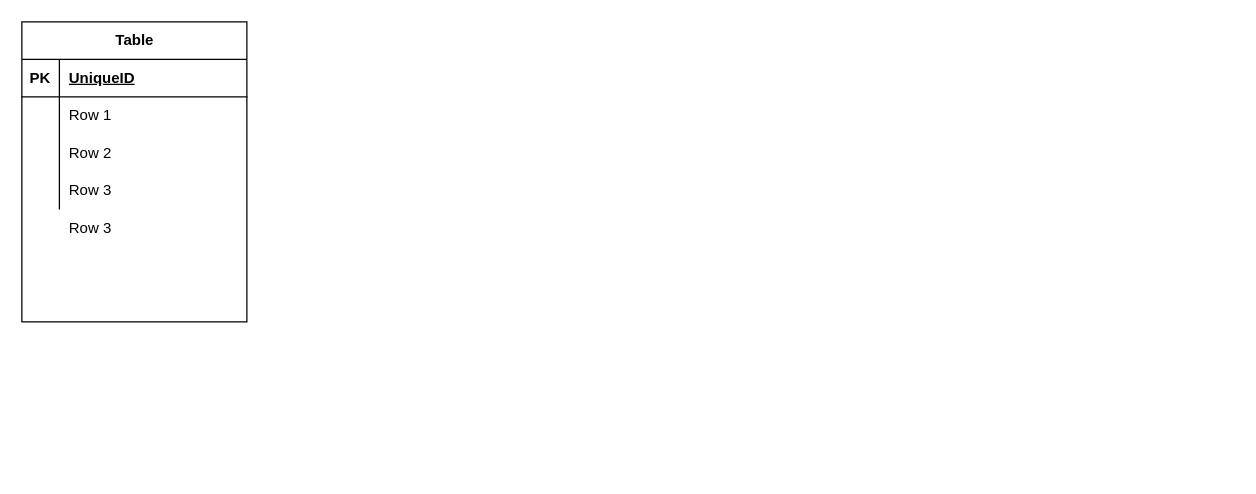
Before: ccamanager.drawio in marcelmariani/ccamanager, a draw.io diagram. Source tidied: cells renumbered, new cells numbered last; positions are measured from the earlier drawing's top-left corner, leaving out a move shared by most shapes. Both pictures are drawn from the tidied source at 125%, with x=0, y=0 at pixel (21, 21).
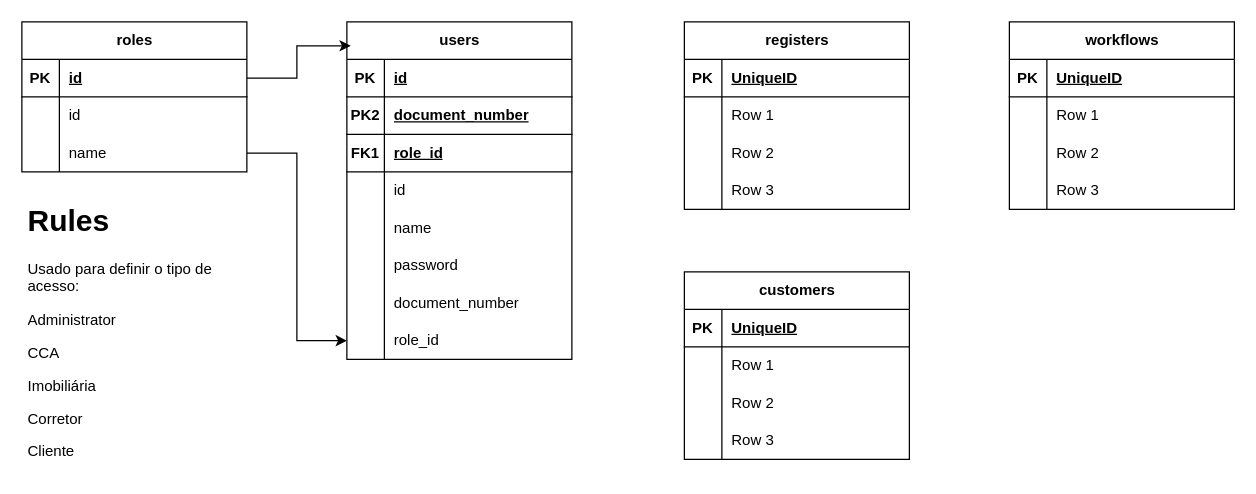
The same page after the edit.

Unchanged cells that the change refers to:
```xml
<mxCell id="3" style="shape=tableRow;horizontal=0;startSize=0;swimlaneHead=0;swimlaneBody=0;fillColor=none;points=[[0,0.5],[1,0.5]];portConstraint=eastwest;top=0;left=0;right=0;bottom=1;" parent="2" vertex="1">
  <mxGeometry y="30" width="180" height="30" as="geometry" />
</mxCell>
<mxCell id="6" style="shape=tableRow;horizontal=0;startSize=0;swimlaneHead=0;swimlaneBody=0;fillColor=none;top=0;left=0;right=0;bottom=0;" parent="2" vertex="1">
  <mxGeometry y="60" width="180" height="30" as="geometry" />
</mxCell>
<mxCell id="9" style="shape=tableRow;horizontal=0;startSize=0;swimlaneHead=0;swimlaneBody=0;fillColor=none;points=[[0,0.5],[1,0.5]];portConstraint=eastwest;top=0;left=0;right=0;bottom=0;" parent="2" vertex="1">
  <mxGeometry y="90" width="180" height="30" as="geometry" />
</mxCell>
```

Diff of the diagram source:
```diff
@@
-    <mxCell id="2" value="Table" style="shape=table;startSize=30;childLayout=tableLayout;rowLines=0;fontStyle=1;align=center;html=1;" parent="1" vertex="1">
-      <mxGeometry width="180" height="240" as="geometry" />
+    <mxCell id="2" value="roles" style="shape=table;startSize=30;childLayout=tableLayout;rowLines=0;fontStyle=1;align=center;html=1;" parent="1" vertex="1">
+      <mxGeometry width="180" height="120" as="geometry" />
     </mxCell>
@@
-    <mxCell id="5" value="UniqueID" style="shape=partialRectangle;fillColor=none;top=0;left=0;bottom=0;right=0;align=left;spacingLeft=6;fontStyle=5;overflow=hidden;whiteSpace=wrap;html=1;" parent="3" vertex="1">
+    <mxCell id="5" value="id" style="shape=partialRectangle;fillColor=none;top=0;left=0;bottom=0;right=0;align=left;spacingLeft=6;fontStyle=5;overflow=hidden;whiteSpace=wrap;html=1;" parent="3" vertex="1">
       <mxGeometry x="30" width="150" height="30" as="geometry" />
     </mxCell>
@@
-    <mxCell id="8" value="Row 1" style="shape=partialRectangle;fillColor=none;top=0;left=0;bottom=0;right=0;align=left;spacingLeft=6;overflow=hidden;whiteSpace=wrap;html=1;" parent="6" vertex="1">
+    <mxCell id="8" value="id" style="shape=partialRectangle;fillColor=none;top=0;left=0;bottom=0;right=0;align=left;spacingLeft=6;overflow=hidden;whiteSpace=wrap;html=1;" parent="6" vertex="1">
       <mxGeometry x="30" width="150" height="30" as="geometry" />
     </mxCell>
@@
-    <mxCell id="11" value="Row 2" style="shape=partialRectangle;fillColor=none;top=0;left=0;bottom=0;right=0;align=left;spacingLeft=6;overflow=hidden;whiteSpace=wrap;html=1;" parent="9" vertex="1">
+    <mxCell id="11" value="name" style="shape=partialRectangle;fillColor=none;top=0;left=0;bottom=0;right=0;align=left;spacingLeft=6;overflow=hidden;whiteSpace=wrap;html=1;" parent="9" vertex="1">
       <mxGeometry x="30" width="150" height="30" as="geometry" />
     </mxCell>
-    <mxCell id="12" style="shape=tableRow;horizontal=0;startSize=0;swimlaneHead=0;swimlaneBody=0;fillColor=none;top=0;left=0;right=0;bottom=0;" parent="2" vertex="1">
-      <mxGeometry y="120" width="180" height="30" as="geometry" />
-    </mxCell>
-    <mxCell id="13" style="shape=partialRectangle;fillColor=none;top=0;left=0;bottom=0;right=0;overflow=hidden;whiteSpace=wrap;html=1;" parent="12" vertex="1">
-      <mxGeometry width="30" height="30" as="geometry" />
-    </mxCell>
-    <mxCell id="14" value="Row 3" style="shape=partialRectangle;fillColor=none;top=0;left=0;bottom=0;right=0;align=left;spacingLeft=6;overflow=hidden;whiteSpace=wrap;html=1;" parent="12" vertex="1">
-      <mxGeometry x="30" width="150" height="30" as="geometry" />
-    </mxCell>
-    <mxCell id="15" value="Row 3" style="shape=partialRectangle;fillColor=none;top=0;left=0;bottom=0;right=0;align=left;spacingLeft=6;overflow=hidden;whiteSpace=wrap;html=1;" parent="1" vertex="1">
-      <mxGeometry x="30" y="150" width="150" height="30" as="geometry" />
-    </mxCell>
+    <mxCell id="16" value="users" style="shape=table;startSize=30;childLayout=tableLayout;rowLines=0;fontStyle=1;align=center;html=1;" parent="1" vertex="1">
+      <mxGeometry x="260" width="180" height="270" as="geometry" />
+    </mxCell>
+    <mxCell id="17" style="shape=tableRow;horizontal=0;startSize=0;swimlaneHead=0;swimlaneBody=0;fillColor=none;top=0;left=0;right=0;bottom=1;" parent="16" vertex="1">
+      <mxGeometry y="30" width="180" height="30" as="geometry" />
+    </mxCell>
+    <mxCell id="18" value="PK" style="shape=partialRectangle;fillColor=none;top=0;left=0;bottom=0;right=0;fontStyle=1;overflow=hidden;whiteSpace=wrap;html=1;" parent="17" vertex="1">
+      <mxGeometry width="30" height="30" as="geometry" />
+    </mxCell>
+    <mxCell id="19" value="id" style="shape=partialRectangle;fillColor=none;top=0;left=0;bottom=0;right=0;align=left;spacingLeft=6;fontStyle=5;overflow=hidden;whiteSpace=wrap;html=1;" parent="17" vertex="1">
+      <mxGeometry x="30" width="150" height="30" as="geometry" />
+    </mxCell>
+    <mxCell id="20" style="shape=tableRow;horizontal=0;startSize=0;swimlaneHead=0;swimlaneBody=0;fillColor=none;top=0;left=0;right=0;bottom=1;" parent="16" vertex="1">
+      <mxGeometry y="60" width="180" height="30" as="geometry" />
+    </mxCell>
+    <mxCell id="21" value="PK2" style="shape=partialRectangle;fillColor=none;top=0;left=0;bottom=0;right=0;fontStyle=1;overflow=hidden;whiteSpace=wrap;html=1;" parent="20" vertex="1">
+      <mxGeometry width="30" height="30" as="geometry" />
+    </mxCell>
+    <mxCell id="22" value="document_number" style="shape=partialRectangle;fillColor=none;top=0;left=0;bottom=0;right=0;align=left;spacingLeft=6;fontStyle=5;overflow=hidden;whiteSpace=wrap;html=1;" parent="20" vertex="1">
+      <mxGeometry x="30" width="150" height="30" as="geometry" />
+    </mxCell>
+    <mxCell id="23" style="shape=tableRow;horizontal=0;startSize=0;swimlaneHead=0;swimlaneBody=0;fillColor=none;top=0;left=0;right=0;bottom=1;" parent="16" vertex="1">
+      <mxGeometry y="90" width="180" height="30" as="geometry" />
+    </mxCell>
+    <mxCell id="24" value="FK1" style="shape=partialRectangle;fillColor=none;top=0;left=0;bottom=0;right=0;fontStyle=1;overflow=hidden;whiteSpace=wrap;html=1;" parent="23" vertex="1">
+      <mxGeometry width="30" height="30" as="geometry" />
+    </mxCell>
+    <mxCell id="25" value="role_id" style="shape=partialRectangle;fillColor=none;top=0;left=0;bottom=0;right=0;align=left;spacingLeft=6;fontStyle=5;overflow=hidden;whiteSpace=wrap;html=1;" parent="23" vertex="1">
+      <mxGeometry x="30" width="150" height="30" as="geometry" />
+    </mxCell>
+    <mxCell id="26" style="shape=tableRow;horizontal=0;startSize=0;swimlaneHead=0;swimlaneBody=0;fillColor=none;top=0;left=0;right=0;bottom=0;" parent="16" vertex="1">
+      <mxGeometry y="120" width="180" height="30" as="geometry" />
+    </mxCell>
+    <mxCell id="27" style="shape=partialRectangle;fillColor=none;top=0;left=0;bottom=0;right=0;overflow=hidden;whiteSpace=wrap;html=1;" parent="26" vertex="1">
+      <mxGeometry width="30" height="30" as="geometry" />
+    </mxCell>
+    <mxCell id="28" value="id" style="shape=partialRectangle;fillColor=none;top=0;left=0;bottom=0;right=0;align=left;spacingLeft=6;overflow=hidden;whiteSpace=wrap;html=1;" parent="26" vertex="1">
+      <mxGeometry x="30" width="150" height="30" as="geometry" />
+    </mxCell>
+    <mxCell id="29" style="shape=tableRow;horizontal=0;startSize=0;swimlaneHead=0;swimlaneBody=0;fillColor=none;top=0;left=0;right=0;bottom=0;" parent="16" vertex="1">
+      <mxGeometry y="150" width="180" height="30" as="geometry" />
+    </mxCell>
+    <mxCell id="30" style="shape=partialRectangle;fillColor=none;top=0;left=0;bottom=0;right=0;overflow=hidden;whiteSpace=wrap;html=1;" parent="29" vertex="1">
+      <mxGeometry width="30" height="30" as="geometry" />
+    </mxCell>
+    <mxCell id="31" value="name" style="shape=partialRectangle;fillColor=none;top=0;left=0;bottom=0;right=0;align=left;spacingLeft=6;overflow=hidden;whiteSpace=wrap;html=1;" parent="29" vertex="1">
+      <mxGeometry x="30" width="150" height="30" as="geometry" />
+    </mxCell>
+    <mxCell id="32" style="shape=tableRow;horizontal=0;startSize=0;swimlaneHead=0;swimlaneBody=0;fillColor=none;top=0;left=0;right=0;bottom=0;" parent="16" vertex="1">
+      <mxGeometry y="180" width="180" height="30" as="geometry" />
+    </mxCell>
+    <mxCell id="33" style="shape=partialRectangle;fillColor=none;top=0;left=0;bottom=0;right=0;overflow=hidden;whiteSpace=wrap;html=1;" parent="32" vertex="1">
+      <mxGeometry width="30" height="30" as="geometry" />
+    </mxCell>
+    <mxCell id="34" value="password" style="shape=partialRectangle;fillColor=none;top=0;left=0;bottom=0;right=0;align=left;spacingLeft=6;overflow=hidden;whiteSpace=wrap;html=1;" parent="32" vertex="1">
+      <mxGeometry x="30" width="150" height="30" as="geometry" />
+    </mxCell>
+    <mxCell id="35" style="shape=tableRow;horizontal=0;startSize=0;swimlaneHead=0;swimlaneBody=0;fillColor=none;top=0;left=0;right=0;bottom=0;" parent="16" vertex="1">
+      <mxGeometry y="210" width="180" height="30" as="geometry" />
+    </mxCell>
+    <mxCell id="36" style="shape=partialRectangle;fillColor=none;top=0;left=0;bottom=0;right=0;overflow=hidden;whiteSpace=wrap;html=1;" parent="35" vertex="1">
+      <mxGeometry width="30" height="30" as="geometry" />
+    </mxCell>
+    <mxCell id="37" value="document_number" style="shape=partialRectangle;fillColor=none;top=0;left=0;bottom=0;right=0;align=left;spacingLeft=6;overflow=hidden;whiteSpace=wrap;html=1;" parent="35" vertex="1">
+      <mxGeometry x="30" width="150" height="30" as="geometry" />
+    </mxCell>
+    <mxCell id="38" style="shape=tableRow;horizontal=0;startSize=0;swimlaneHead=0;swimlaneBody=0;fillColor=none;points=[[0,0.5],[1,0.5]];portConstraint=eastwest;top=0;left=0;right=0;bottom=0;" parent="16" vertex="1">
+      <mxGeometry y="240" width="180" height="30" as="geometry" />
+    </mxCell>
+    <mxCell id="39" style="shape=partialRectangle;fillColor=none;top=0;left=0;bottom=0;right=0;overflow=hidden;whiteSpace=wrap;html=1;" parent="38" vertex="1">
+      <mxGeometry width="30" height="30" as="geometry" />
+    </mxCell>
+    <mxCell id="40" value="role_id" style="shape=partialRectangle;fillColor=none;top=0;left=0;bottom=0;right=0;align=left;spacingLeft=6;overflow=hidden;whiteSpace=wrap;html=1;" parent="38" vertex="1">
+      <mxGeometry x="30" width="150" height="30" as="geometry" />
+    </mxCell>
+    <mxCell id="41" value="&lt;h1&gt;Rules&lt;/h1&gt;&lt;p&gt;Usado para definir o tipo de acesso:&lt;/p&gt;&lt;p&gt;Administrator&lt;/p&gt;&lt;p&gt;CCA&lt;/p&gt;&lt;p&gt;Imobiliária&lt;/p&gt;&lt;p&gt;Corretor&lt;/p&gt;&lt;p&gt;Cliente&lt;/p&gt;&lt;p&gt;&lt;br&gt;&lt;/p&gt;" style="text;html=1;strokeColor=none;fillColor=none;spacing=5;spacingTop=-20;whiteSpace=wrap;overflow=hidden;rounded=0;" parent="1" vertex="1">
+      <mxGeometry y="140" width="180" height="220" as="geometry" />
+    </mxCell>
+    <mxCell id="42" style="edgeStyle=orthogonalEdgeStyle;rounded=0;jettySize=auto;html=1;" parent="1" edge="1" source="9" target="38">
+      <mxGeometry relative="1" as="geometry" />
+    </mxCell>
+    <mxCell id="43" style="edgeStyle=orthogonalEdgeStyle;rounded=0;jettySize=auto;html=1;entryX=0.017;entryY=0.071;entryDx=0;entryDy=0;entryPerimeter=0;" parent="1" edge="1" source="3" target="16">
+      <mxGeometry relative="1" as="geometry" />
+    </mxCell>
+    <mxCell id="44" value="registers" style="shape=table;startSize=30;childLayout=tableLayout;rowLines=0;fontStyle=1;align=center;html=1;" parent="1" vertex="1">
+      <mxGeometry x="530" width="180" height="150" as="geometry" />
+    </mxCell>
+    <mxCell id="45" style="shape=tableRow;horizontal=0;startSize=0;swimlaneHead=0;swimlaneBody=0;fillColor=none;top=0;left=0;right=0;bottom=1;" parent="44" vertex="1">
+      <mxGeometry y="30" width="180" height="30" as="geometry" />
+    </mxCell>
+    <mxCell id="46" value="PK" style="shape=partialRectangle;fillColor=none;top=0;left=0;bottom=0;right=0;fontStyle=1;overflow=hidden;whiteSpace=wrap;html=1;" parent="45" vertex="1">
+      <mxGeometry width="30" height="30" as="geometry" />
+    </mxCell>
+    <mxCell id="47" value="UniqueID" style="shape=partialRectangle;fillColor=none;top=0;left=0;bottom=0;right=0;align=left;spacingLeft=6;fontStyle=5;overflow=hidden;whiteSpace=wrap;html=1;" parent="45" vertex="1">
+      <mxGeometry x="30" width="150" height="30" as="geometry" />
+    </mxCell>
+    <mxCell id="48" style="shape=tableRow;horizontal=0;startSize=0;swimlaneHead=0;swimlaneBody=0;fillColor=none;top=0;left=0;right=0;bottom=0;" parent="44" vertex="1">
+      <mxGeometry y="60" width="180" height="30" as="geometry" />
+    </mxCell>
+    <mxCell id="49" style="shape=partialRectangle;fillColor=none;top=0;left=0;bottom=0;right=0;overflow=hidden;whiteSpace=wrap;html=1;" parent="48" vertex="1">
+      <mxGeometry width="30" height="30" as="geometry" />
+    </mxCell>
+    <mxCell id="50" value="Row 1" style="shape=partialRectangle;fillColor=none;top=0;left=0;bottom=0;right=0;align=left;spacingLeft=6;overflow=hidden;whiteSpace=wrap;html=1;" parent="48" vertex="1">
+      <mxGeometry x="30" width="150" height="30" as="geometry" />
+    </mxCell>
+    <mxCell id="51" style="shape=tableRow;horizontal=0;startSize=0;swimlaneHead=0;swimlaneBody=0;fillColor=none;top=0;left=0;right=0;bottom=0;" parent="44" vertex="1">
+      <mxGeometry y="90" width="180" height="30" as="geometry" />
+    </mxCell>
+    <mxCell id="52" style="shape=partialRectangle;fillColor=none;top=0;left=0;bottom=0;right=0;overflow=hidden;whiteSpace=wrap;html=1;" parent="51" vertex="1">
+      <mxGeometry width="30" height="30" as="geometry" />
+    </mxCell>
+    <mxCell id="53" value="Row 2" style="shape=partialRectangle;fillColor=none;top=0;left=0;bottom=0;right=0;align=left;spacingLeft=6;overflow=hidden;whiteSpace=wrap;html=1;" parent="51" vertex="1">
+      <mxGeometry x="30" width="150" height="30" as="geometry" />
+    </mxCell>
+    <mxCell id="54" style="shape=tableRow;horizontal=0;startSize=0;swimlaneHead=0;swimlaneBody=0;fillColor=none;top=0;left=0;right=0;bottom=0;" parent="44" vertex="1">
+      <mxGeometry y="120" width="180" height="30" as="geometry" />
+    </mxCell>
+    <mxCell id="55" style="shape=partialRectangle;fillColor=none;top=0;left=0;bottom=0;right=0;overflow=hidden;whiteSpace=wrap;html=1;" parent="54" vertex="1">
+      <mxGeometry width="30" height="30" as="geometry" />
+    </mxCell>
+    <mxCell id="56" value="Row 3" style="shape=partialRectangle;fillColor=none;top=0;left=0;bottom=0;right=0;align=left;spacingLeft=6;overflow=hidden;whiteSpace=wrap;html=1;" parent="54" vertex="1">
+      <mxGeometry x="30" width="150" height="30" as="geometry" />
+    </mxCell>
+    <mxCell id="57" value="workflows" style="shape=table;startSize=30;childLayout=tableLayout;rowLines=0;fontStyle=1;align=center;html=1;" parent="1" vertex="1">
+      <mxGeometry x="790" width="180" height="150" as="geometry" />
+    </mxCell>
+    <mxCell id="58" style="shape=tableRow;horizontal=0;startSize=0;swimlaneHead=0;swimlaneBody=0;fillColor=none;top=0;left=0;right=0;bottom=1;" parent="57" vertex="1">
+      <mxGeometry y="30" width="180" height="30" as="geometry" />
+    </mxCell>
+    <mxCell id="59" value="PK" style="shape=partialRectangle;fillColor=none;top=0;left=0;bottom=0;right=0;fontStyle=1;overflow=hidden;whiteSpace=wrap;html=1;" parent="58" vertex="1">
+      <mxGeometry width="30" height="30" as="geometry" />
+    </mxCell>
+    <mxCell id="60" value="UniqueID" style="shape=partialRectangle;fillColor=none;top=0;left=0;bottom=0;right=0;align=left;spacingLeft=6;fontStyle=5;overflow=hidden;whiteSpace=wrap;html=1;" parent="58" vertex="1">
+      <mxGeometry x="30" width="150" height="30" as="geometry" />
+    </mxCell>
+    <mxCell id="61" style="shape=tableRow;horizontal=0;startSize=0;swimlaneHead=0;swimlaneBody=0;fillColor=none;top=0;left=0;right=0;bottom=0;" parent="57" vertex="1">
+      <mxGeometry y="60" width="180" height="30" as="geometry" />
+    </mxCell>
+    <mxCell id="62" style="shape=partialRectangle;fillColor=none;top=0;left=0;bottom=0;right=0;overflow=hidden;whiteSpace=wrap;html=1;" parent="61" vertex="1">
+      <mxGeometry width="30" height="30" as="geometry" />
+    </mxCell>
+    <mxCell id="63" value="Row 1" style="shape=partialRectangle;fillColor=none;top=0;left=0;bottom=0;right=0;align=left;spacingLeft=6;overflow=hidden;whiteSpace=wrap;html=1;" parent="61" vertex="1">
+      <mxGeometry x="30" width="150" height="30" as="geometry" />
+    </mxCell>
+    <mxCell id="64" style="shape=tableRow;horizontal=0;startSize=0;swimlaneHead=0;swimlaneBody=0;fillColor=none;top=0;left=0;right=0;bottom=0;" parent="57" vertex="1">
+      <mxGeometry y="90" width="180" height="30" as="geometry" />
+    </mxCell>
+    <mxCell id="65" style="shape=partialRectangle;fillColor=none;top=0;left=0;bottom=0;right=0;overflow=hidden;whiteSpace=wrap;html=1;" parent="64" vertex="1">
+      <mxGeometry width="30" height="30" as="geometry" />
+    </mxCell>
+    <mxCell id="66" value="Row 2" style="shape=partialRectangle;fillColor=none;top=0;left=0;bottom=0;right=0;align=left;spacingLeft=6;overflow=hidden;whiteSpace=wrap;html=1;" parent="64" vertex="1">
+      <mxGeometry x="30" width="150" height="30" as="geometry" />
+    </mxCell>
+    <mxCell id="67" style="shape=tableRow;horizontal=0;startSize=0;swimlaneHead=0;swimlaneBody=0;fillColor=none;top=0;left=0;right=0;bottom=0;" parent="57" vertex="1">
+      <mxGeometry y="120" width="180" height="30" as="geometry" />
+    </mxCell>
+    <mxCell id="68" style="shape=partialRectangle;fillColor=none;top=0;left=0;bottom=0;right=0;overflow=hidden;whiteSpace=wrap;html=1;" parent="67" vertex="1">
+      <mxGeometry width="30" height="30" as="geometry" />
+    </mxCell>
+    <mxCell id="69" value="Row 3" style="shape=partialRectangle;fillColor=none;top=0;left=0;bottom=0;right=0;align=left;spacingLeft=6;overflow=hidden;whiteSpace=wrap;html=1;" parent="67" vertex="1">
+      <mxGeometry x="30" width="150" height="30" as="geometry" />
+    </mxCell>
+    <mxCell id="70" value="customers" style="shape=table;startSize=30;childLayout=tableLayout;rowLines=0;fontStyle=1;align=center;html=1;" parent="1" vertex="1">
+      <mxGeometry x="530" y="200" width="180" height="150" as="geometry" />
+    </mxCell>
+    <mxCell id="71" style="shape=tableRow;horizontal=0;startSize=0;swimlaneHead=0;swimlaneBody=0;fillColor=none;top=0;left=0;right=0;bottom=1;" parent="70" vertex="1">
+      <mxGeometry y="30" width="180" height="30" as="geometry" />
+    </mxCell>
+    <mxCell id="72" value="PK" style="shape=partialRectangle;fillColor=none;top=0;left=0;bottom=0;right=0;fontStyle=1;overflow=hidden;whiteSpace=wrap;html=1;" parent="71" vertex="1">
+      <mxGeometry width="30" height="30" as="geometry" />
+    </mxCell>
+    <mxCell id="73" value="UniqueID" style="shape=partialRectangle;fillColor=none;top=0;left=0;bottom=0;right=0;align=left;spacingLeft=6;fontStyle=5;overflow=hidden;whiteSpace=wrap;html=1;" parent="71" vertex="1">
+      <mxGeometry x="30" width="150" height="30" as="geometry" />
+    </mxCell>
+    <mxCell id="74" style="shape=tableRow;horizontal=0;startSize=0;swimlaneHead=0;swimlaneBody=0;fillColor=none;top=0;left=0;right=0;bottom=0;" parent="70" vertex="1">
+      <mxGeometry y="60" width="180" height="30" as="geometry" />
+    </mxCell>
+    <mxCell id="75" style="shape=partialRectangle;fillColor=none;top=0;left=0;bottom=0;right=0;overflow=hidden;whiteSpace=wrap;html=1;" parent="74" vertex="1">
+      <mxGeometry width="30" height="30" as="geometry" />
+    </mxCell>
+    <mxCell id="76" value="Row 1" style="shape=partialRectangle;fillColor=none;top=0;left=0;bottom=0;right=0;align=left;spacingLeft=6;overflow=hidden;whiteSpace=wrap;html=1;" parent="74" vertex="1">
+      <mxGeometry x="30" width="150" height="30" as="geometry" />
+    </mxCell>
+    <mxCell id="77" style="shape=tableRow;horizontal=0;startSize=0;swimlaneHead=0;swimlaneBody=0;fillColor=none;top=0;left=0;right=0;bottom=0;" parent="70" vertex="1">
+      <mxGeometry y="90" width="180" height="30" as="geometry" />
+    </mxCell>
+    <mxCell id="78" style="shape=partialRectangle;fillColor=none;top=0;left=0;bottom=0;right=0;overflow=hidden;whiteSpace=wrap;html=1;" parent="77" vertex="1">
+      <mxGeometry width="30" height="30" as="geometry" />
+    </mxCell>
+    <mxCell id="79" value="Row 2" style="shape=partialRectangle;fillColor=none;top=0;left=0;bottom=0;right=0;align=left;spacingLeft=6;overflow=hidden;whiteSpace=wrap;html=1;" parent="77" vertex="1">
+      <mxGeometry x="30" width="150" height="30" as="geometry" />
+    </mxCell>
+    <mxCell id="80" style="shape=tableRow;horizontal=0;startSize=0;swimlaneHead=0;swimlaneBody=0;fillColor=none;top=0;left=0;right=0;bottom=0;" parent="70" vertex="1">
+      <mxGeometry y="120" width="180" height="30" as="geometry" />
+    </mxCell>
+    <mxCell id="81" style="shape=partialRectangle;fillColor=none;top=0;left=0;bottom=0;right=0;overflow=hidden;whiteSpace=wrap;html=1;" parent="80" vertex="1">
+      <mxGeometry width="30" height="30" as="geometry" />
+    </mxCell>
+    <mxCell id="82" value="Row 3" style="shape=partialRectangle;fillColor=none;top=0;left=0;bottom=0;right=0;align=left;spacingLeft=6;overflow=hidden;whiteSpace=wrap;html=1;" parent="80" vertex="1">
+      <mxGeometry x="30" width="150" height="30" as="geometry" />
+    </mxCell>
```
